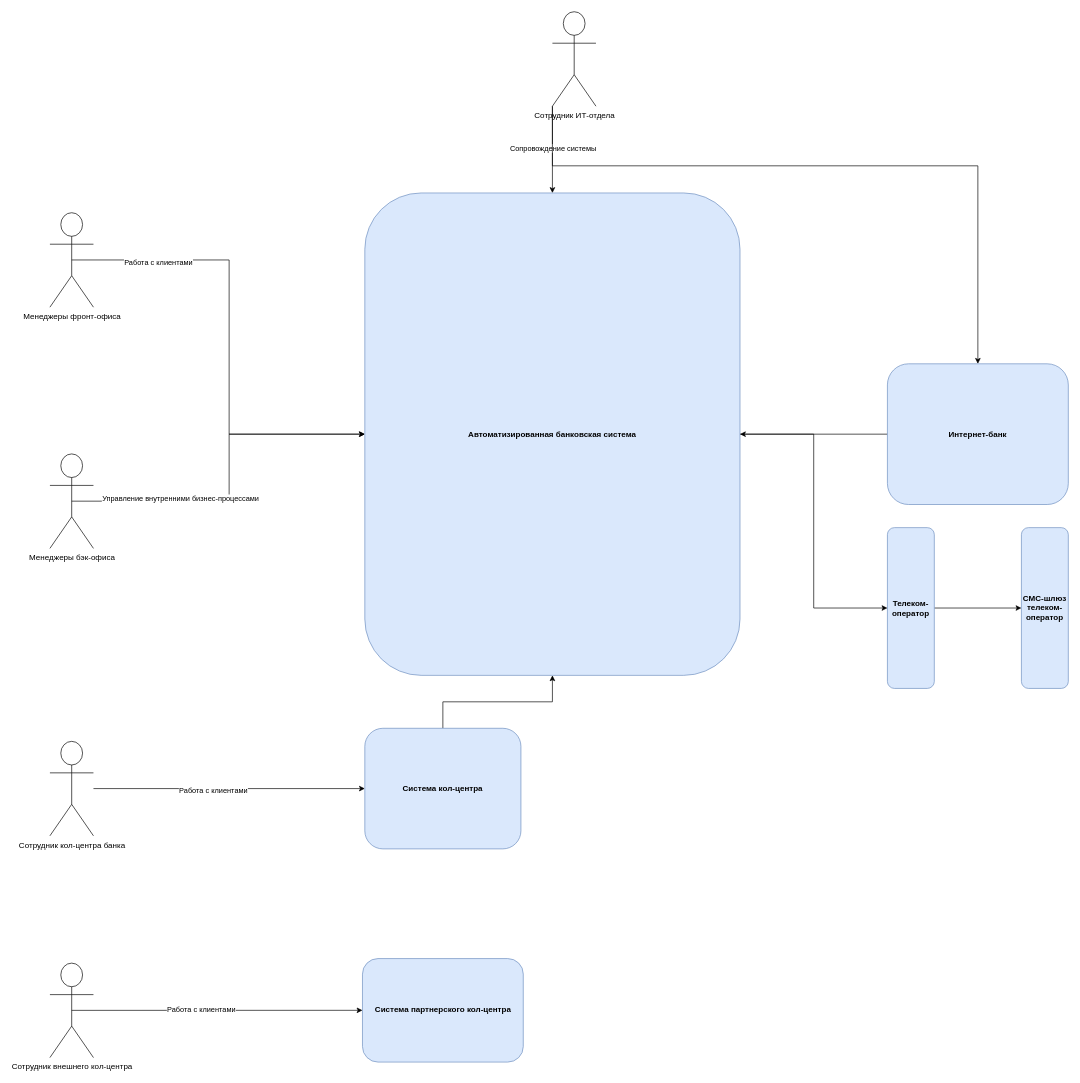
ruslanen/architecture-standart keeps this draw.io diagram as Task1/integration-schema.drawio. Above is the earlier version. Source tidied: cells renumbered, new cells numbered last; positions are measured from the earlier drawing's top-left corner, leaving out a move shared by most shapes. Both pictures are drawn from the tidied source at 67%, with x=0, y=0 at pixel (50, 11).
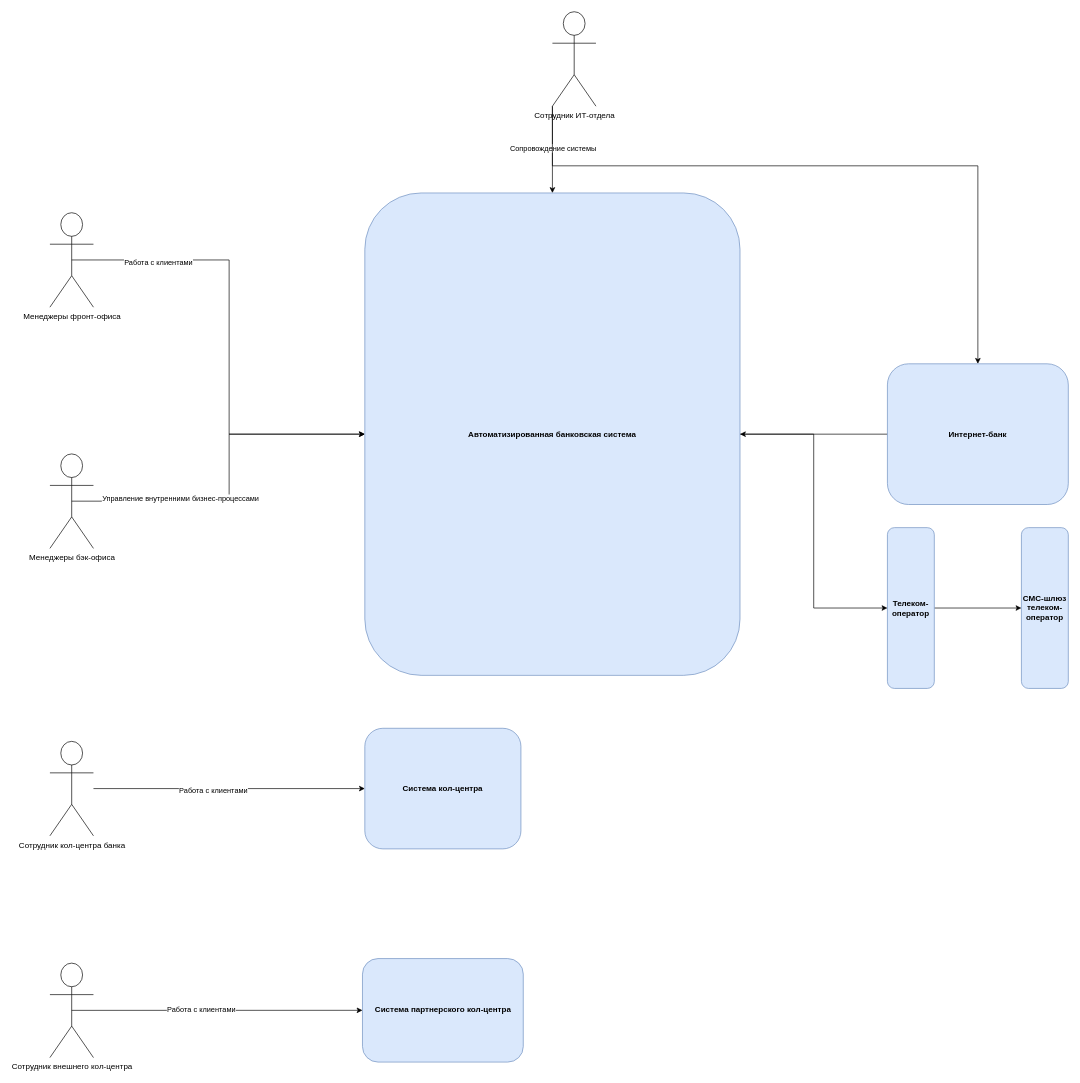
After the change.

Unchanged cells that the change refers to:
```xml
<mxCell id="3" value="Автоматизированная банковская система" style="rounded=1;whiteSpace=wrap;html=1;fillColor=#dae8fc;strokeColor=#6c8ebf;fontStyle=1;" parent="1" vertex="1">
  <mxGeometry x="470" y="270.5" width="560" height="720" as="geometry" />
</mxCell>
<mxCell id="10" value="Система кол-центра" style="rounded=1;whiteSpace=wrap;html=1;fillColor=#dae8fc;strokeColor=#6c8ebf;fontStyle=1;" parent="1" vertex="1">
  <mxGeometry x="470" y="1069.5" width="233" height="180" as="geometry" />
</mxCell>
```

The edit, as a diff of the source:
```diff
@@
-    <mxCell id="9" style="edgeStyle=orthogonalEdgeStyle;rounded=0;jettySize=auto;html=1;exitX=0.5;exitY=0;exitDx=0;exitDy=0;entryX=0.5;entryY=1;entryDx=0;entryDy=0;" parent="1" edge="1" source="10" target="3">
-      <mxGeometry relative="1" as="geometry" />
-    </mxCell>
```
